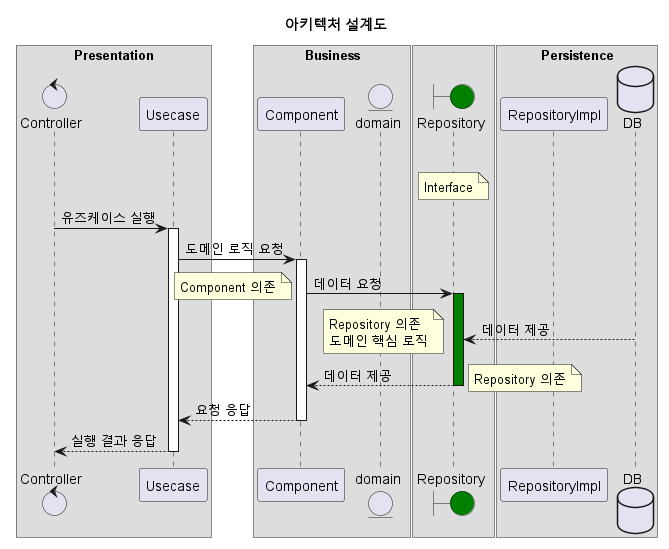
Before: docs/architecture.png, a diagram exported from PlantUML (johnowlee/concert-booking).
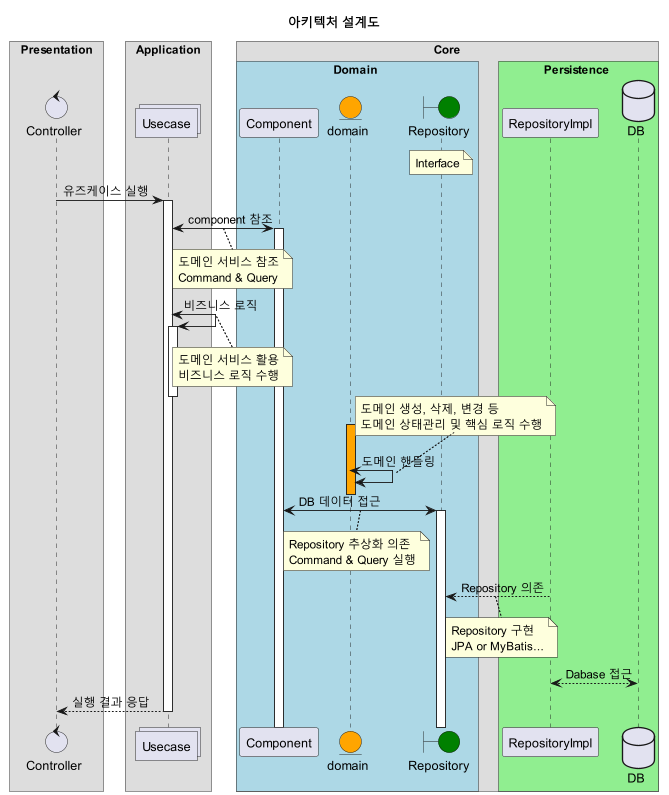
Above is the later version.

The edit, as a diff of the source:
```diff
@@ -3,54 +3,69 @@
 autoactivate on
 
 title 아키텍처 설계도
-break
 
 box "Presentation"
 control Controller as controller
-participant Usecase as usecase
 end box
 
-box "Business"
+box "Application"
+collections Usecase as usecase
+end box
+
+!pragma teoz true
+box "Core"
+
+box Domain #LightBlue
 participant Component as component
-entity domain as domain
+entity domain as domain #orange
+boundary Repository as repository #green
+end box
 
-box
-boundary Repository as repo #green
-note over repo: Interface
+box Persistence #LightGreen
+note over repository: Interface
+participant RepositoryImpl as repositoryImpl
+database DB as db
+end box
 
 end box
 
-box "Persistence"
-participant RepositoryImpl as repoImpl
-database DB as db
-end box
+controller -> usecase : 유즈케이스 실행
+usecase <-> component : component 참조
+note bottom
+도메인 서비스 참조
+Command & Query
+end note
 
-controller -> usecase : 유즈케이스 실행
-usecase -> component : 도메인 로직 요청
+usecase <-> usecase : 비즈니스 로직
+note bottom
+도메인 서비스 활용
+비즈니스 로직 수행
+end note
+deactivate usecase
+
+domain <-> domain #orange : 도메인 핸들링
+note top
+도메인 생성, 삭제, 변경 등
+도메인 상태관리 및 핵심 로직 수행
+end note
+deactivate domain
+
+component <-> repository : DB 데이터 접근
+activate repository #green
+note bottom
+Repository 추상화 의존
+Command & Query 실행
+end note
+deactivate repository
+
+repositoryImpl --> repository : Repository 의존
+note bottom
+Repository 구현
+JPA or MyBatis...
+end note
+db <--> repositoryImpl : Dabase 접근
 
 
-component -> repo : 데이터 요청
-activate repo #green
-note bottom
-Component 의존
-end note
-
-db --> repo : 데이터 제공
-
-note left
-Repository 의존
-도메인 핵심 로직
-end note
-
-repo --> component : 데이터 제공
-deactivate repo
-
-
-note right
-Repository 의존
-end note
-
-component --> usecase : 요청 응답
 usecase --> controller : 실행 결과 응답
 
 @enduml
```
